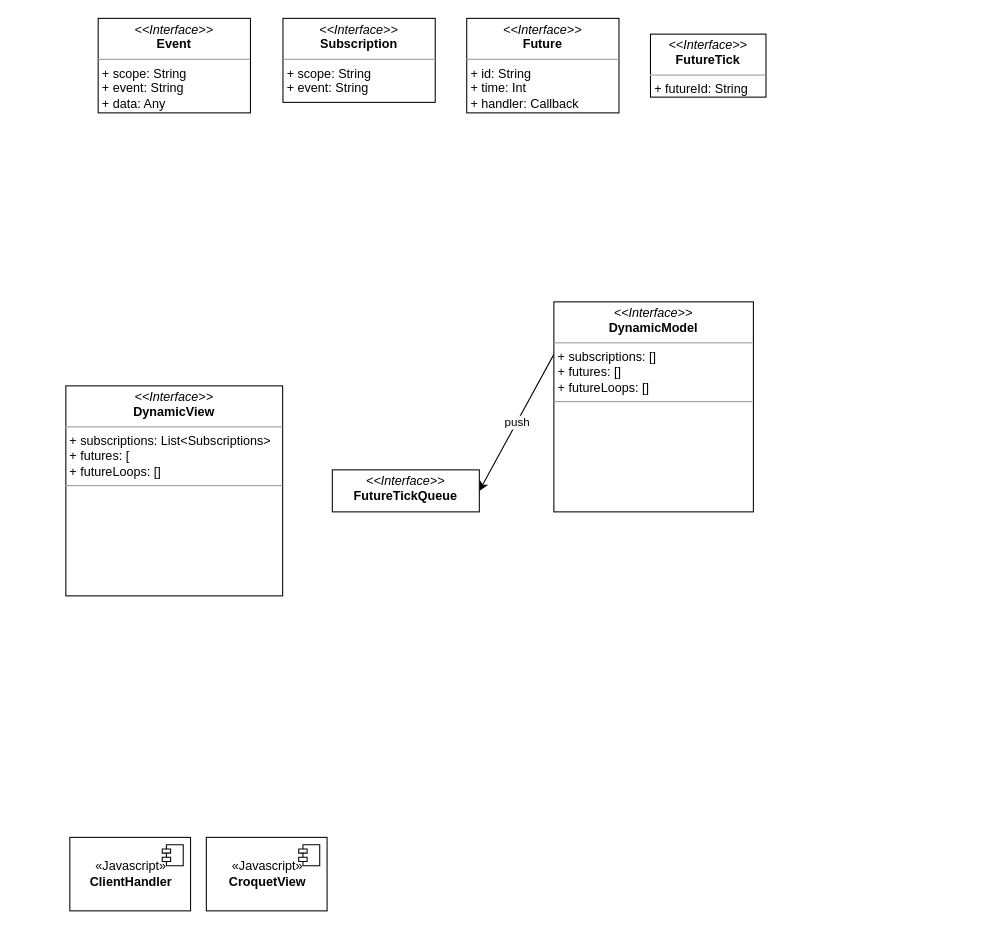
Above: page "Adapter" (2 of 2) of croquet.drawio in alemazzo/croquet-adapter (draw.io), before the change. Source tidied: cells renumbered, new cells numbered last; positions are measured from the earlier drawing's top-left corner, leaving out a move shared by most shapes. Both pictures are drawn from the tidied source at 105%, with x=0, y=0 at pixel (65, 18).
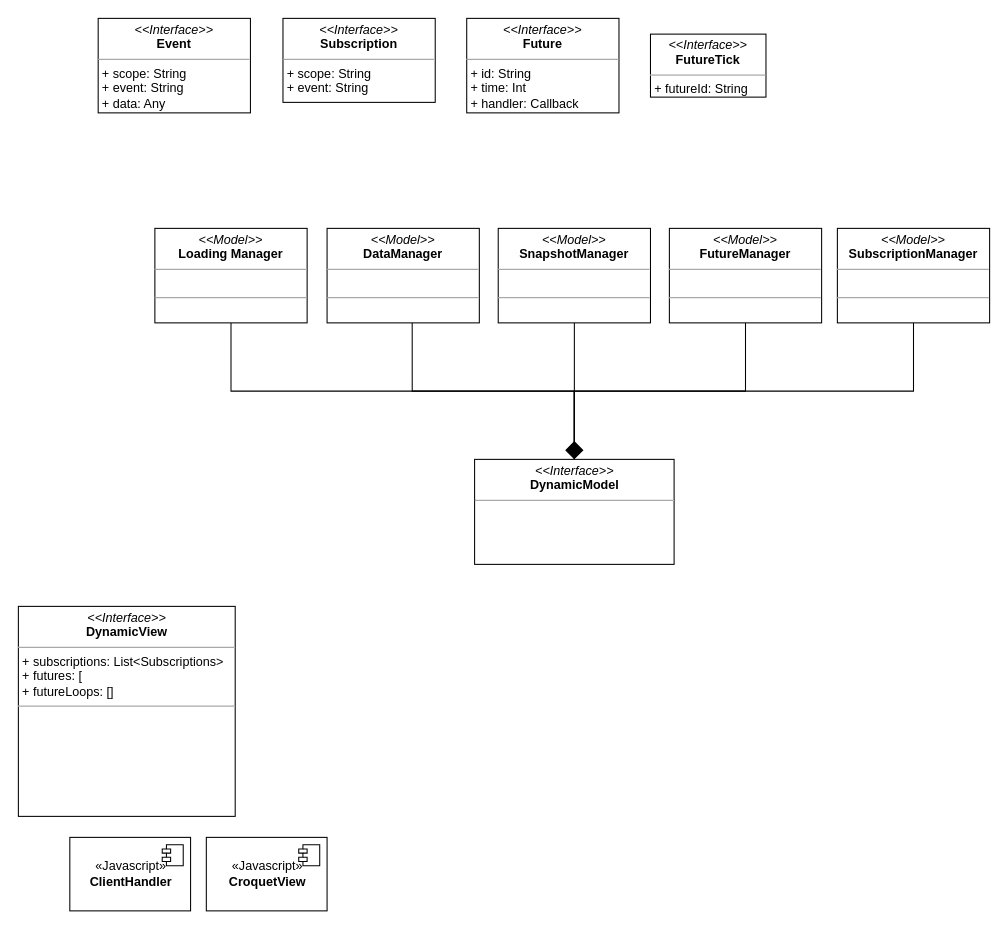
The same diagram, later.

Change to the diagram source:
```diff
@@
-    <mxCell id="6" value="push" style="edgeStyle=none;rounded=0;jettySize=auto;html=1;exitX=0;exitY=0.25;exitDx=0;exitDy=0;entryX=1;entryY=0.5;entryDx=0;entryDy=0;startArrow=none;startFill=0;" parent="1" edge="1" source="7" target="8">
-      <mxGeometry relative="1" as="geometry" />
-    </mxCell>
+    <mxCell id="14" style="edgeStyle=orthogonalEdgeStyle;rounded=0;jettySize=auto;html=1;exitX=0.5;exitY=0;exitDx=0;exitDy=0;entryX=0.5;entryY=1;entryDx=0;entryDy=0;startArrow=none;startFill=0;endArrow=none;endFill=0;" parent="1" edge="1" source="7" target="23">
+      <mxGeometry relative="1" as="geometry" />
+    </mxCell>
+    <mxCell id="15" style="edgeStyle=orthogonalEdgeStyle;rounded=0;jettySize=auto;html=1;exitX=0.5;exitY=0;exitDx=0;exitDy=0;entryX=0.559;entryY=0.989;entryDx=0;entryDy=0;entryPerimeter=0;startArrow=none;startFill=0;endArrow=none;endFill=0;" parent="1" edge="1" source="7" target="19">
+      <mxGeometry relative="1" as="geometry" />
+    </mxCell>
+    <mxCell id="16" style="edgeStyle=orthogonalEdgeStyle;rounded=0;jettySize=auto;html=1;exitX=0.5;exitY=0;exitDx=0;exitDy=0;entryX=0.5;entryY=1;entryDx=0;entryDy=0;startArrow=diamond;startFill=1;endArrow=none;endFill=0;endSize=13;startSize=15;" parent="1" edge="1" source="7" target="20">
+      <mxGeometry relative="1" as="geometry" />
+    </mxCell>
+    <mxCell id="17" style="edgeStyle=orthogonalEdgeStyle;rounded=0;jettySize=auto;html=1;exitX=0.5;exitY=0;exitDx=0;exitDy=0;entryX=0.5;entryY=1;entryDx=0;entryDy=0;startArrow=none;startFill=0;endArrow=none;endFill=0;" parent="1" edge="1" source="7" target="21">
+      <mxGeometry relative="1" as="geometry" />
+    </mxCell>
+    <mxCell id="18" style="edgeStyle=orthogonalEdgeStyle;rounded=0;jettySize=auto;html=1;exitX=0.5;exitY=0;exitDx=0;exitDy=0;entryX=0.5;entryY=1;entryDx=0;entryDy=0;startArrow=none;startFill=0;endArrow=none;endFill=0;" parent="1" edge="1" source="7" target="22">
+      <mxGeometry relative="1" as="geometry" />
+    </mxCell>
-    <mxCell id="7" value="&lt;p style=&quot;margin:0px;margin-top:4px;text-align:center;&quot;&gt;&lt;i&gt;&amp;lt;&amp;lt;Interface&amp;gt;&amp;gt;&lt;/i&gt;&lt;br&gt;&lt;b&gt;DynamicModel&lt;/b&gt;&lt;/p&gt;&lt;hr size=&quot;1&quot;&gt;&lt;p style=&quot;margin:0px;margin-left:4px;&quot;&gt;&lt;span style=&quot;background-color: initial;&quot;&gt;+ subscriptions: []&lt;/span&gt;&lt;br&gt;&lt;/p&gt;&lt;p style=&quot;margin:0px;margin-left:4px;&quot;&gt;+ futures: []&lt;/p&gt;&lt;p style=&quot;margin:0px;margin-left:4px;&quot;&gt;+ futureLoops: []&lt;/p&gt;&lt;hr size=&quot;1&quot;&gt;&lt;p style=&quot;margin:0px;margin-left:4px;&quot;&gt;&lt;br&gt;&lt;/p&gt;" style="verticalAlign=top;align=left;overflow=fill;fontSize=12;fontFamily=Helvetica;html=1;" parent="1" vertex="1">
-      <mxGeometry x="465" y="270" width="190" height="200" as="geometry" />
+    <mxCell id="7" value="&lt;p style=&quot;margin:0px;margin-top:4px;text-align:center;&quot;&gt;&lt;i&gt;&amp;lt;&amp;lt;Interface&amp;gt;&amp;gt;&lt;/i&gt;&lt;br&gt;&lt;b&gt;DynamicModel&lt;/b&gt;&lt;/p&gt;&lt;hr size=&quot;1&quot;&gt;&lt;p style=&quot;margin:0px;margin-left:4px;&quot;&gt;&lt;br&gt;&lt;/p&gt;" style="verticalAlign=top;align=left;overflow=fill;fontSize=12;fontFamily=Helvetica;html=1;" parent="1" vertex="1">
+      <mxGeometry x="389.5" y="420" width="190" height="100" as="geometry" />
     </mxCell>
-    <mxCell id="8" value="&lt;p style=&quot;margin:0px;margin-top:4px;text-align:center;&quot;&gt;&lt;i&gt;&amp;lt;&amp;lt;Interface&amp;gt;&amp;gt;&lt;/i&gt;&lt;br&gt;&lt;b&gt;FutureTickQueue&lt;/b&gt;&lt;/p&gt;&lt;p style=&quot;margin:0px;margin-left:4px;&quot;&gt;&lt;br&gt;&lt;/p&gt;" style="verticalAlign=top;align=left;overflow=fill;fontSize=12;fontFamily=Helvetica;html=1;" parent="1" vertex="1">
-      <mxGeometry x="254" y="430" width="140" height="40" as="geometry" />
-    </mxCell>
     <mxCell id="9" value="&lt;p style=&quot;margin:0px;margin-top:4px;text-align:center;&quot;&gt;&lt;i&gt;&amp;lt;&amp;lt;Interface&amp;gt;&amp;gt;&lt;/i&gt;&lt;br&gt;&lt;b&gt;DynamicView&lt;/b&gt;&lt;/p&gt;&lt;hr size=&quot;1&quot;&gt;&lt;p style=&quot;margin:0px;margin-left:4px;&quot;&gt;&lt;span style=&quot;background-color: initial;&quot;&gt;+ subscriptions: List&amp;lt;Subscriptions&amp;gt;&lt;/span&gt;&lt;br&gt;&lt;/p&gt;&lt;p style=&quot;margin:0px;margin-left:4px;&quot;&gt;+ futures: [&lt;/p&gt;&lt;p style=&quot;margin:0px;margin-left:4px;&quot;&gt;+ futureLoops: []&lt;/p&gt;&lt;hr size=&quot;1&quot;&gt;&lt;p style=&quot;margin:0px;margin-left:4px;&quot;&gt;&lt;br&gt;&lt;/p&gt;" style="verticalAlign=top;align=left;overflow=fill;fontSize=12;fontFamily=Helvetica;html=1;" parent="1" vertex="1">
-      <mxGeometry x="0.2" y="350" width="206.5" height="200" as="geometry" />
+      <mxGeometry x="-45" y="560" width="206.5" height="200" as="geometry" />
     </mxCell>
@@
+    <mxCell id="19" value="&lt;p style=&quot;margin:0px;margin-top:4px;text-align:center;&quot;&gt;&lt;i&gt;&amp;lt;&amp;lt;Model&amp;gt;&amp;gt;&lt;/i&gt;&lt;br&gt;&lt;b&gt;DataManager&lt;/b&gt;&lt;/p&gt;&lt;hr size=&quot;1&quot;&gt;&lt;p style=&quot;margin:0px;margin-left:4px;&quot;&gt;&lt;br&gt;&lt;/p&gt;&lt;hr size=&quot;1&quot;&gt;&lt;p style=&quot;margin:0px;margin-left:4px;&quot;&gt;&lt;br&gt;&lt;/p&gt;" style="verticalAlign=top;align=left;overflow=fill;fontSize=12;fontFamily=Helvetica;html=1;" parent="1" vertex="1">
+      <mxGeometry x="249" y="200" width="145" height="90" as="geometry" />
+    </mxCell>
+    <mxCell id="20" value="&lt;p style=&quot;margin:0px;margin-top:4px;text-align:center;&quot;&gt;&lt;i&gt;&amp;lt;&amp;lt;Model&amp;gt;&amp;gt;&lt;/i&gt;&lt;br&gt;&lt;b&gt;SnapshotManager&lt;/b&gt;&lt;/p&gt;&lt;hr size=&quot;1&quot;&gt;&lt;p style=&quot;margin:0px;margin-left:4px;&quot;&gt;&lt;br&gt;&lt;/p&gt;&lt;hr size=&quot;1&quot;&gt;&lt;p style=&quot;margin:0px;margin-left:4px;&quot;&gt;&lt;br&gt;&lt;/p&gt;" style="verticalAlign=top;align=left;overflow=fill;fontSize=12;fontFamily=Helvetica;html=1;" parent="1" vertex="1">
+      <mxGeometry x="412" y="200" width="145" height="90" as="geometry" />
+    </mxCell>
+    <mxCell id="21" value="&lt;p style=&quot;margin:0px;margin-top:4px;text-align:center;&quot;&gt;&lt;i&gt;&amp;lt;&amp;lt;Model&amp;gt;&amp;gt;&lt;/i&gt;&lt;br&gt;&lt;b&gt;FutureManager&lt;/b&gt;&lt;/p&gt;&lt;hr size=&quot;1&quot;&gt;&lt;p style=&quot;margin:0px;margin-left:4px;&quot;&gt;&lt;br&gt;&lt;/p&gt;&lt;hr size=&quot;1&quot;&gt;&lt;p style=&quot;margin:0px;margin-left:4px;&quot;&gt;&lt;br&gt;&lt;/p&gt;" style="verticalAlign=top;align=left;overflow=fill;fontSize=12;fontFamily=Helvetica;html=1;" parent="1" vertex="1">
+      <mxGeometry x="575" y="200" width="145" height="90" as="geometry" />
+    </mxCell>
+    <mxCell id="22" value="&lt;p style=&quot;margin:0px;margin-top:4px;text-align:center;&quot;&gt;&lt;i&gt;&amp;lt;&amp;lt;Model&amp;gt;&amp;gt;&lt;/i&gt;&lt;br&gt;&lt;b&gt;SubscriptionManager&lt;/b&gt;&lt;/p&gt;&lt;hr size=&quot;1&quot;&gt;&lt;p style=&quot;margin:0px;margin-left:4px;&quot;&gt;&lt;br&gt;&lt;/p&gt;&lt;hr size=&quot;1&quot;&gt;&lt;p style=&quot;margin:0px;margin-left:4px;&quot;&gt;&lt;br&gt;&lt;/p&gt;" style="verticalAlign=top;align=left;overflow=fill;fontSize=12;fontFamily=Helvetica;html=1;" parent="1" vertex="1">
+      <mxGeometry x="735" y="200" width="145" height="90" as="geometry" />
+    </mxCell>
+    <mxCell id="23" value="&lt;p style=&quot;margin:0px;margin-top:4px;text-align:center;&quot;&gt;&lt;i&gt;&amp;lt;&amp;lt;Model&amp;gt;&amp;gt;&lt;/i&gt;&lt;br&gt;&lt;b&gt;Loading Manager&lt;/b&gt;&lt;/p&gt;&lt;hr size=&quot;1&quot;&gt;&lt;p style=&quot;margin:0px;margin-left:4px;&quot;&gt;&lt;br&gt;&lt;/p&gt;&lt;hr size=&quot;1&quot;&gt;&lt;p style=&quot;margin:0px;margin-left:4px;&quot;&gt;&lt;br&gt;&lt;/p&gt;" style="verticalAlign=top;align=left;overflow=fill;fontSize=12;fontFamily=Helvetica;html=1;" parent="1" vertex="1">
+      <mxGeometry x="85" y="200" width="145" height="90" as="geometry" />
+    </mxCell>
```
